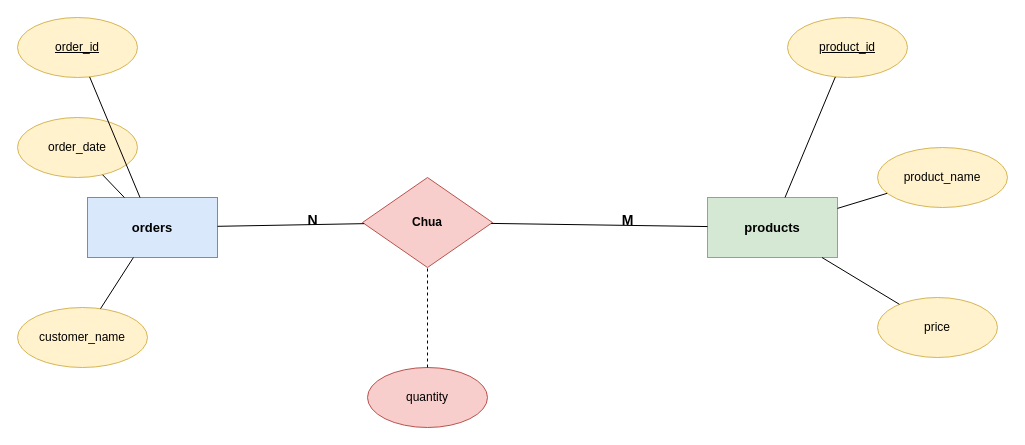
This is Session03/exercise04.drawio from vung177/TSU260202_Module02, a draw.io file, before an edit. Source tidied: cells renumbered, new cells numbered last; positions are measured from the earlier drawing's top-left corner, leaving out a move shared by most shapes. Both pictures are drawn from the tidied source at 100%, with x=0, y=0 at pixel (17, 17).
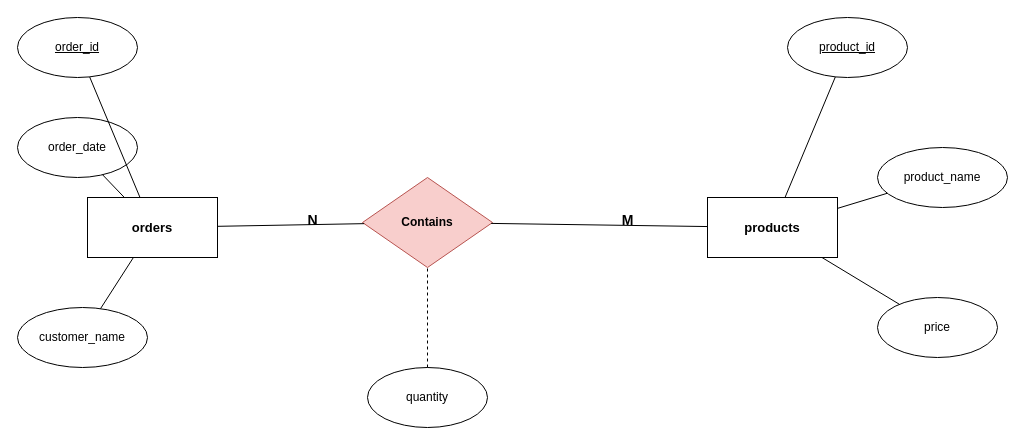
The same page after the edit.

Commit message:
fix exercise04.drawio - rename relationship to English (Contains)

What changed in the source:
```diff
@@
-    <mxCell id="2" value="orders" style="rounded=0;whiteSpace=wrap;html=1;fillColor=#dae8fc;strokeColor=#6c8ebf;fontStyle=1;fontSize=13;" parent="1" vertex="1">
+    <mxCell id="2" value="orders" style="rounded=0;whiteSpace=wrap;html=1;fontStyle=1;fontSize=13;" parent="1" vertex="1">
       <mxGeometry x="70" y="180" width="130" height="60" as="geometry" />
     </mxCell>
-    <mxCell id="3" value="&lt;u&gt;order_id&lt;/u&gt;" style="ellipse;whiteSpace=wrap;html=1;fillColor=#fff2cc;strokeColor=#d6b656;" parent="1" vertex="1">
+    <mxCell id="3" value="&lt;u&gt;order_id&lt;/u&gt;" style="ellipse;whiteSpace=wrap;html=1;" parent="1" vertex="1">
       <mxGeometry width="120" height="60" as="geometry" />
     </mxCell>
-    <mxCell id="4" value="order_date" style="ellipse;whiteSpace=wrap;html=1;fillColor=#fff2cc;strokeColor=#d6b656;" parent="1" vertex="1">
+    <mxCell id="4" value="order_date" style="ellipse;whiteSpace=wrap;html=1;" parent="1" vertex="1">
       <mxGeometry y="100" width="120" height="60" as="geometry" />
     </mxCell>
-    <mxCell id="5" value="customer_name" style="ellipse;whiteSpace=wrap;html=1;fillColor=#fff2cc;strokeColor=#d6b656;" parent="1" vertex="1">
+    <mxCell id="5" value="customer_name" style="ellipse;whiteSpace=wrap;html=1;" parent="1" vertex="1">
       <mxGeometry y="290" width="130" height="60" as="geometry" />
     </mxCell>
@@
-    <mxCell id="9" value="Chua" style="rhombus;whiteSpace=wrap;html=1;fillColor=#f8cecc;strokeColor=#b85450;fontStyle=1;fontSize=12;" parent="1" vertex="1">
+    <mxCell id="9" value="Contains" style="rhombus;whiteSpace=wrap;html=1;fillColor=#f8cecc;strokeColor=#b85450;fontStyle=1;fontSize=12;" parent="1" vertex="1">
       <mxGeometry x="345" y="160" width="130" height="90" as="geometry" />
     </mxCell>
@@
-    <mxCell id="12" value="products" style="rounded=0;whiteSpace=wrap;html=1;fillColor=#d5e8d4;strokeColor=#82b366;fontStyle=1;fontSize=13;" parent="1" vertex="1">
+    <mxCell id="12" value="products" style="rounded=0;whiteSpace=wrap;html=1;fontStyle=1;fontSize=13;" parent="1" vertex="1">
       <mxGeometry x="690" y="180" width="130" height="60" as="geometry" />
     </mxCell>
@@
-    <mxCell id="15" value="&lt;u&gt;product_id&lt;/u&gt;" style="ellipse;whiteSpace=wrap;html=1;fillColor=#fff2cc;strokeColor=#d6b656;" parent="1" vertex="1">
+    <mxCell id="15" value="&lt;u&gt;product_id&lt;/u&gt;" style="ellipse;whiteSpace=wrap;html=1;" parent="1" vertex="1">
       <mxGeometry x="770" width="120" height="60" as="geometry" />
     </mxCell>
-    <mxCell id="16" value="product_name" style="ellipse;whiteSpace=wrap;html=1;fillColor=#fff2cc;strokeColor=#d6b656;" parent="1" vertex="1">
+    <mxCell id="16" value="product_name" style="ellipse;whiteSpace=wrap;html=1;" parent="1" vertex="1">
       <mxGeometry x="860" y="130" width="130" height="60" as="geometry" />
     </mxCell>
-    <mxCell id="17" value="price" style="ellipse;whiteSpace=wrap;html=1;fillColor=#fff2cc;strokeColor=#d6b656;" parent="1" vertex="1">
+    <mxCell id="17" value="price" style="ellipse;whiteSpace=wrap;html=1;" parent="1" vertex="1">
       <mxGeometry x="860" y="280" width="120" height="60" as="geometry" />
     </mxCell>
@@
-    <mxCell id="21" value="quantity" style="ellipse;whiteSpace=wrap;html=1;fillColor=#f8cecc;strokeColor=#b85450;" parent="1" vertex="1">
+    <mxCell id="21" value="quantity" style="ellipse;whiteSpace=wrap;html=1;" parent="1" vertex="1">
       <mxGeometry x="350" y="350" width="120" height="60" as="geometry" />
     </mxCell>
```
